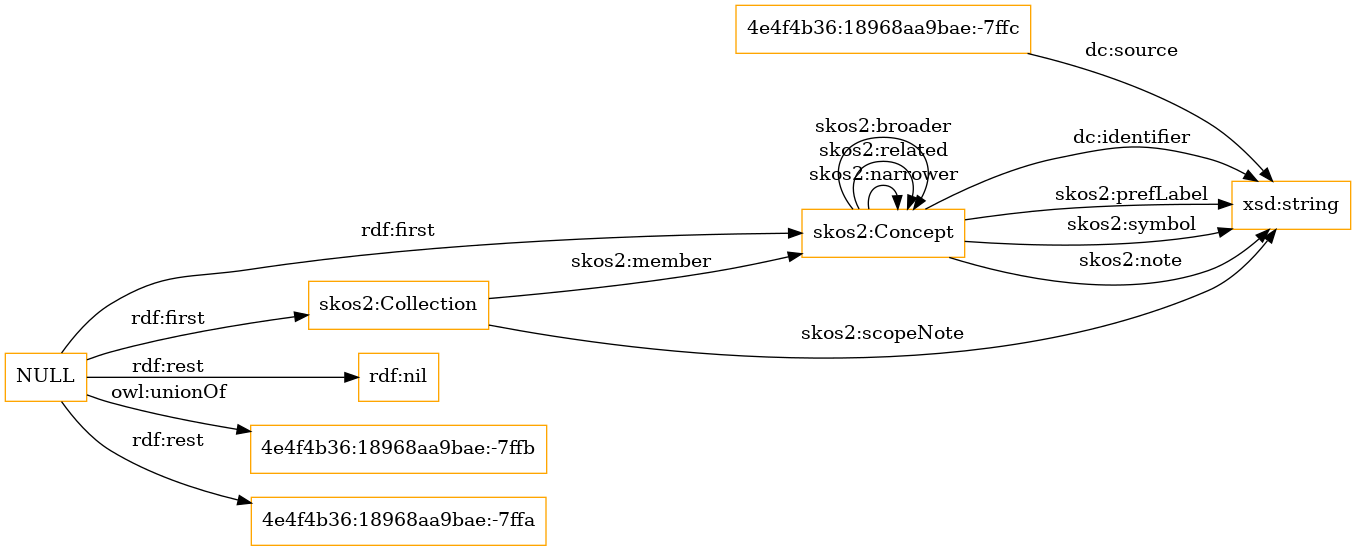
The Graphviz diagram OnToology/gftaxonomy.owl/diagrams/ar2dtool-class/gftaxonomy.owl.png in sergio10mwws/ontologias-demo, before a commit. Its source is kept beside it as OnToology/gftaxonomy.owl/diagrams/ar2dtool-class/gftaxonomy.owl.png.dot.
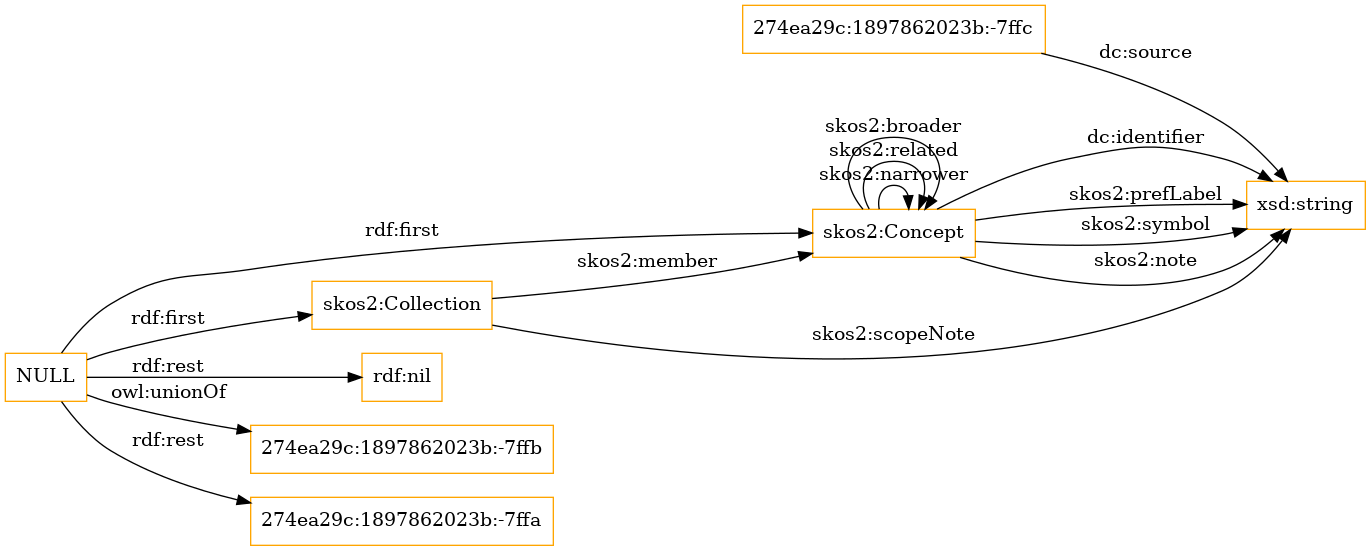
After the change.

Change to the diagram source:
```diff
@@ -1,11 +1,11 @@
 digraph ar2dtool_diagram {
 rankdir=LR;
 size="1501"
-node [shape = rectangle, color="orange"]; "4e4f4b36:18968aa9bae:-7ffc" "skos2:Concept" "skos2:Collection" ; /*classes style*/
+node [shape = rectangle, color="orange"]; "274ea29c:1897862023b:-7ffc" "skos2:Concept" "skos2:Collection" ; /*classes style*/
 	"NULL" -> "rdf:nil" [ label = "rdf:rest" ];
 	"NULL" -> "skos2:Concept" [ label = "rdf:first" ];
-	"NULL" -> "4e4f4b36:18968aa9bae:-7ffb" [ label = "owl:unionOf" ];
-	"NULL" -> "4e4f4b36:18968aa9bae:-7ffa" [ label = "rdf:rest" ];
+	"NULL" -> "274ea29c:1897862023b:-7ffb" [ label = "owl:unionOf" ];
+	"NULL" -> "274ea29c:1897862023b:-7ffa" [ label = "rdf:rest" ];
 	"NULL" -> "skos2:Collection" [ label = "rdf:first" ];
 	"skos2:Concept" -> "xsd:string" [ label = "dc:identifier" ];
 	"skos2:Concept" -> "xsd:string" [ label = "skos2:prefLabel" ];
@@ -16,6 +16,6 @@
 	"skos2:Collection" -> "skos2:Concept" [ label = "skos2:member" ];
 	"skos2:Collection" -> "xsd:string" [ label = "skos2:scopeNote" ];
 	"skos2:Concept" -> "skos2:Concept" [ label = "skos2:broader" ];
-	"4e4f4b36:18968aa9bae:-7ffc" -> "xsd:string" [ label = "dc:source" ];
+	"274ea29c:1897862023b:-7ffc" -> "xsd:string" [ label = "dc:source" ];
 
 }
```
